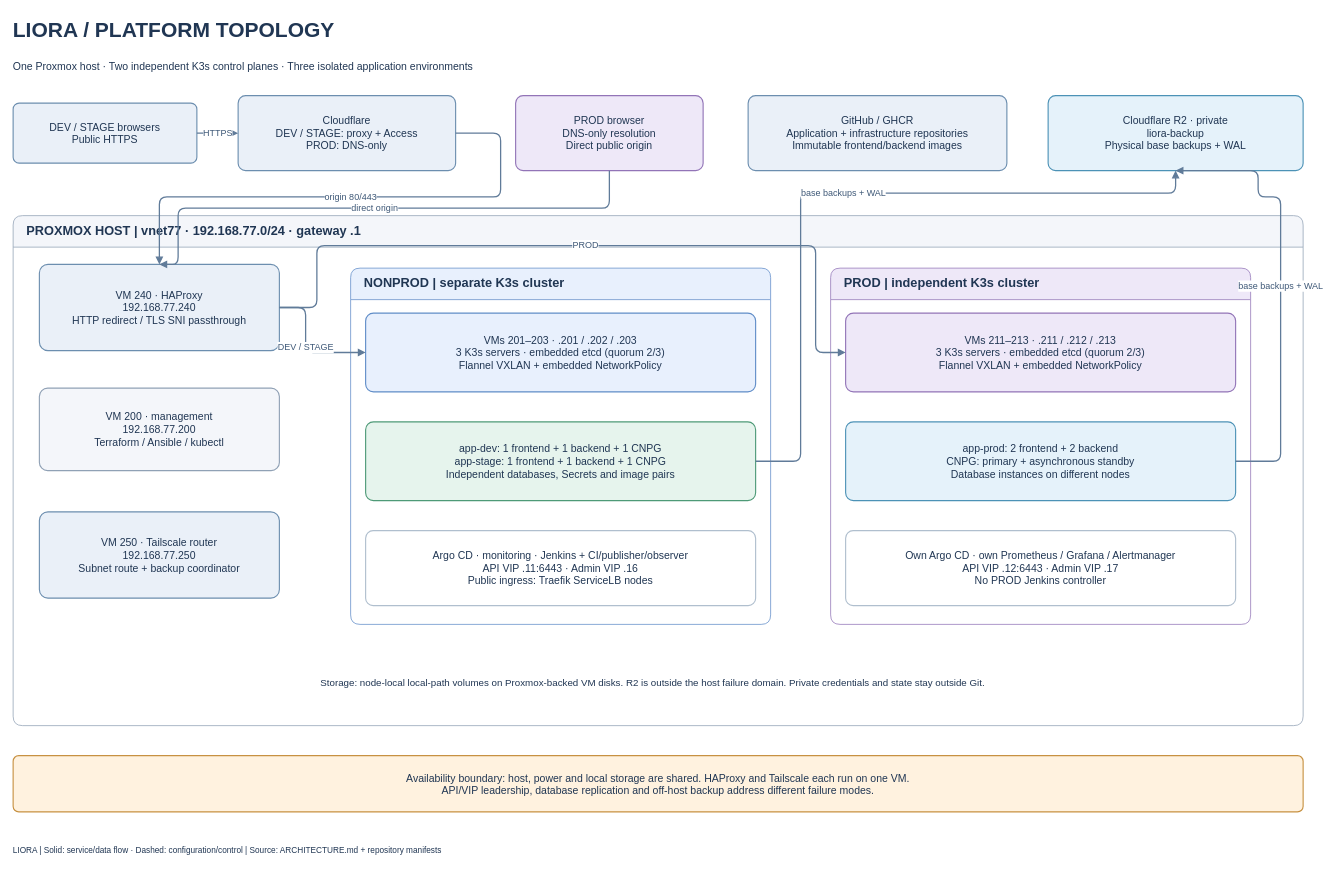
Before: page "1. Platform topology" (1 of 9) of docs/project-schemes.drawio in fastapi-traefik-devops/fastapi-traefik-liora-infrastructure, a draw.io diagram. Source tidied: cells renumbered, new cells numbered last; positions are measured from the earlier drawing's top-left corner, leaving out a move shared by most shapes. Both pictures are drawn from the tidied source at 75%, with x=0, y=0 at pixel (13, 13).
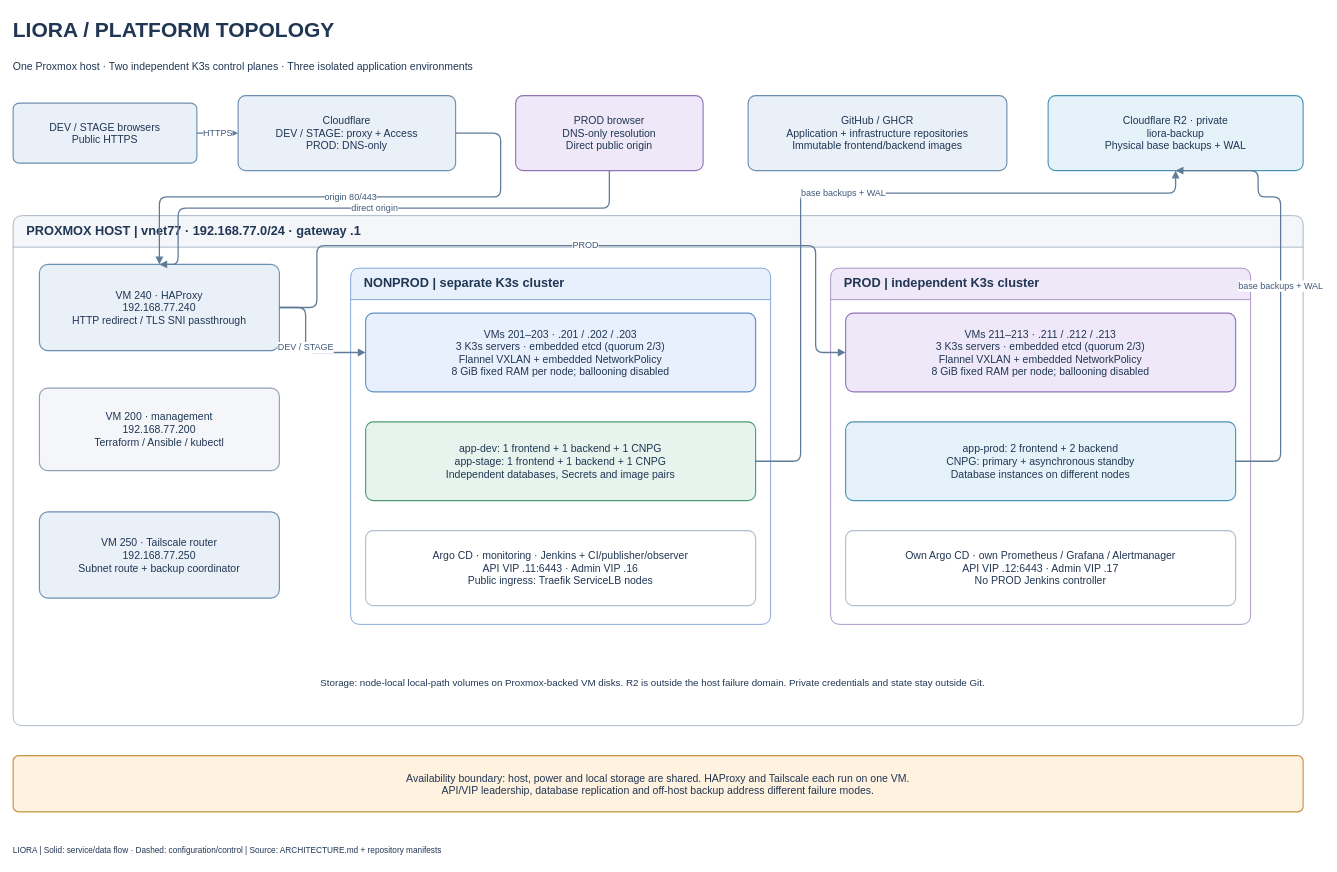
After the change.

The change refers to these unchanged cells:
```xml
<mxCell id="14" value="NONPROD  |  separate K3s cluster" style="swimlane;html=1;whiteSpace=wrap;startSize=42;rounded=1;arcSize=10;fillColor=#e8f0fd;swimlaneFillColor=#ffffff;strokeColor=#608dc8;fontColor=#203653;fontFamily=Helvetica;fontSize=17;fontStyle=1;align=left;spacingLeft=16;" parent="10" vertex="1">
  <mxGeometry x="450" y="70" width="560" height="475" as="geometry" />
</mxCell>
<mxCell id="18" value="PROD  |  independent K3s cluster" style="swimlane;html=1;whiteSpace=wrap;startSize=42;rounded=1;arcSize=10;fillColor=#eee8f8;swimlaneFillColor=#ffffff;strokeColor=#9274b7;fontColor=#203653;fontFamily=Helvetica;fontSize=17;fontStyle=1;align=left;spacingLeft=16;" parent="10" vertex="1">
  <mxGeometry x="1090" y="70" width="560" height="475" as="geometry" />
</mxCell>
```

Diff of the diagram source:
```diff
@@
-    <mxCell id="15" value="VMs 201–203 · .201 / .202 / .203&lt;br&gt;3 K3s servers · embedded etcd (quorum 2/3)&lt;br&gt;Flannel VXLAN + embedded NetworkPolicy" style="rounded=1;arcSize=10;whiteSpace=wrap;html=1;fillColor=#e8f0fd;strokeColor=#608dc8;strokeWidth=1.5;fontColor=#203653;fontFamily=Helvetica;fontSize=14;spacing=10;verticalAlign=middle;" parent="14" vertex="1">
+    <mxCell id="15" value="VMs 201–203 · .201 / .202 / .203&lt;br&gt;3 K3s servers · embedded etcd (quorum 2/3)&lt;br&gt;Flannel VXLAN + embedded NetworkPolicy&lt;br&gt;8 GiB fixed RAM per node; ballooning disabled" style="rounded=1;arcSize=10;whiteSpace=wrap;html=1;fillColor=#e8f0fd;strokeColor=#608dc8;strokeWidth=1.5;fontColor=#203653;fontFamily=Helvetica;fontSize=14;spacing=10;verticalAlign=middle;" parent="14" vertex="1">
       <mxGeometry x="20" y="60" width="520" height="105" as="geometry" />
     </mxCell>
@@
-    <mxCell id="19" value="VMs 211–213 · .211 / .212 / .213&lt;br&gt;3 K3s servers · embedded etcd (quorum 2/3)&lt;br&gt;Flannel VXLAN + embedded NetworkPolicy" style="rounded=1;arcSize=10;whiteSpace=wrap;html=1;fillColor=#eee8f8;strokeColor=#9274b7;strokeWidth=1.5;fontColor=#203653;fontFamily=Helvetica;fontSize=14;spacing=10;verticalAlign=middle;" parent="18" vertex="1">
+    <mxCell id="19" value="VMs 211–213 · .211 / .212 / .213&lt;br&gt;3 K3s servers · embedded etcd (quorum 2/3)&lt;br&gt;Flannel VXLAN + embedded NetworkPolicy&lt;br&gt;8 GiB fixed RAM per node; ballooning disabled" style="rounded=1;arcSize=10;whiteSpace=wrap;html=1;fillColor=#eee8f8;strokeColor=#9274b7;strokeWidth=1.5;fontColor=#203653;fontFamily=Helvetica;fontSize=14;spacing=10;verticalAlign=middle;" parent="18" vertex="1">
       <mxGeometry x="20" y="60" width="520" height="105" as="geometry" />
     </mxCell>
```
